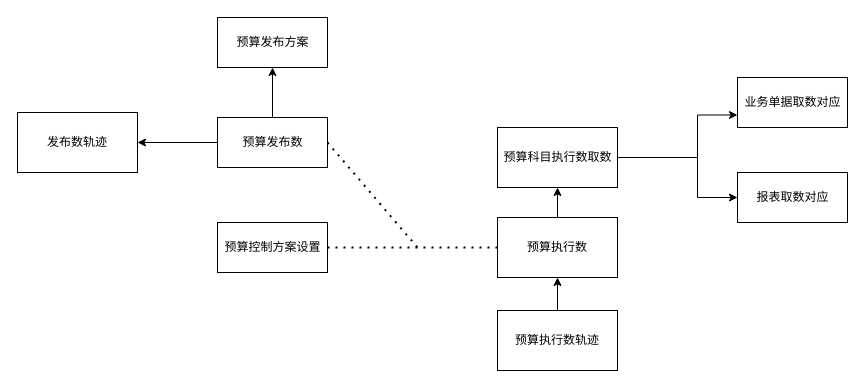
Above: Untitled Diagram.drawio in jeffers3n/dev-diagrams (draw.io), before the change. Source tidied: cells renumbered, new cells numbered last; positions are measured from the earlier drawing's top-left corner, leaving out a move shared by most shapes. Both pictures are drawn from the tidied source at 100%, with x=0, y=0 at pixel (17, 17).
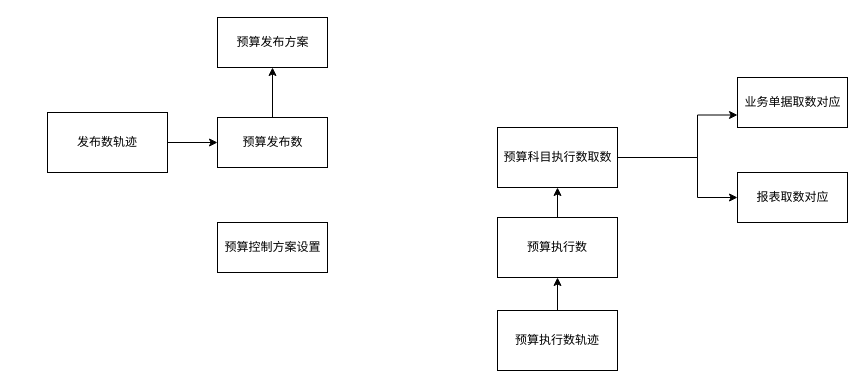
The same page after the edit.

The change refers to these unchanged cells:
```xml
<mxCell id="8" value="预算执行数" style="rounded=0;whiteSpace=wrap;html=1;" parent="1" vertex="1">
  <mxGeometry x="480" y="200" width="120" height="60" as="geometry" />
</mxCell>
<mxCell id="11" value="预算控制方案设置" style="html=1;" parent="1" vertex="1">
  <mxGeometry x="200" y="205" width="110" height="50" as="geometry" />
</mxCell>
<mxCell id="15" value="预算发布数" style="html=1;" parent="1" vertex="1">
  <mxGeometry x="200" y="100" width="110" height="50" as="geometry" />
</mxCell>
```

Change to the diagram source:
```diff
@@
-    <mxCell id="14" style="edgeStyle=orthogonalEdgeStyle;rounded=0;jettySize=auto;html=1;" parent="1" edge="1" source="15" target="18">
-      <mxGeometry relative="1" as="geometry" />
-    </mxCell>
@@
-    <mxCell id="16" style="endArrow=none;dashed=1;html=1;dashPattern=1 3;strokeWidth=2;rounded=0;exitX=1;exitY=0.5;exitDx=0;exitDy=0;entryX=0;entryY=0.5;entryDx=0;entryDy=0;" parent="1" edge="1" source="11" target="8">
-      <mxGeometry relative="1" as="geometry" />
-    </mxCell>
-    <mxCell id="17" style="endArrow=none;dashed=1;html=1;dashPattern=1 3;strokeWidth=2;rounded=0;exitX=1;exitY=0.5;exitDx=0;exitDy=0;" parent="1" edge="1" source="15">
-      <mxGeometry relative="1" as="geometry">
-        <mxPoint x="400" y="230" as="targetPoint" />
-      </mxGeometry>
-    </mxCell>
+    <mxCell id="19" style="edgeStyle=orthogonalEdgeStyle;rounded=0;jettySize=auto;html=1;" parent="1" edge="1" source="18" target="15">
+      <mxGeometry relative="1" as="geometry" />
+    </mxCell>
     <mxCell id="18" value="发布数轨迹" style="whiteSpace=wrap;html=1;fillColor=rgb(255, 255, 255);strokeColor=rgb(0, 0, 0);fontColor=rgb(0, 0, 0);" parent="1" vertex="1">
-      <mxGeometry y="95" width="120" height="60" as="geometry" />
+      <mxGeometry x="30" y="95" width="120" height="60" as="geometry" />
     </mxCell>
```
